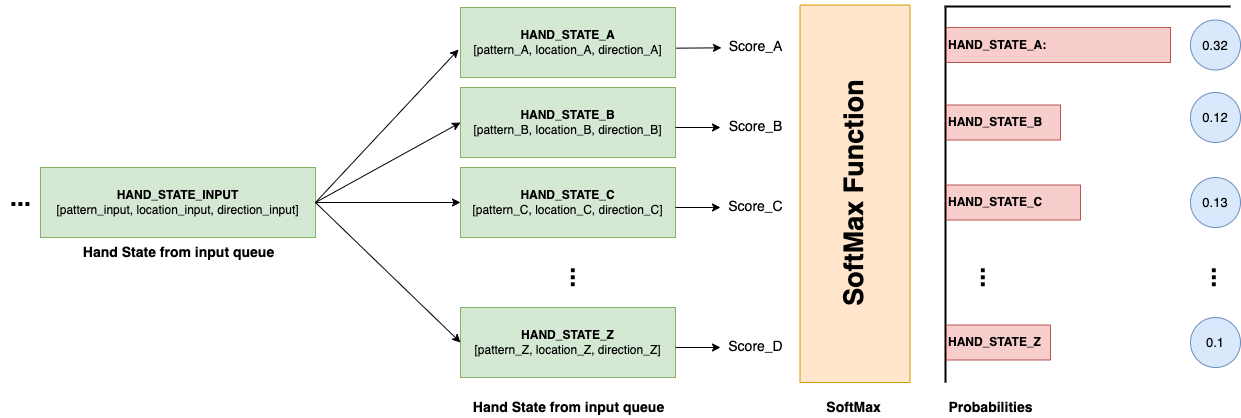
KhanhNhanBKU/Graduation-Thesis-Proposal keeps this draw.io diagram as img/Chap4/Vectorization.png. Above is the earlier version. Source tidied: cells renumbered, new cells last; positions are measured from the earlier drawing's top-left corner, leaving out a move shared by most shapes. Source of this version:
```xml
<mxGraphModel>
  <root>
    <mxCell id="0" />
    <mxCell id="1" parent="0" />
    <mxCell id="2" value="&lt;b&gt;HAND_STATE_INPUT&lt;br&gt;&lt;/b&gt;[pattern_input, location_input, direction_input]" style="rounded=0;whiteSpace=wrap;html=1;fillColor=#d5e8d4;strokeColor=#82b366;" parent="1" vertex="1">
      <mxGeometry x="40" y="166" width="275" height="70" as="geometry" />
    </mxCell>
    <mxCell id="3" value="&lt;b&gt;HAND_STATE_A&lt;br&gt;&lt;/b&gt;[pattern_A, location_A, direction_A]" style="rounded=0;whiteSpace=wrap;html=1;fillColor=#d5e8d4;strokeColor=#82b366;" parent="1" vertex="1">
      <mxGeometry x="460" y="6" width="215" height="70" as="geometry" />
    </mxCell>
    <mxCell id="4" value="&lt;b&gt;HAND_STATE_B&lt;br&gt;&lt;/b&gt;[pattern_B, location_B, direction_B]" style="rounded=0;whiteSpace=wrap;html=1;fillColor=#d5e8d4;strokeColor=#82b366;" parent="1" vertex="1">
      <mxGeometry x="460" y="86" width="215" height="70" as="geometry" />
    </mxCell>
    <mxCell id="5" value="&lt;b&gt;HAND_STATE_C&lt;br&gt;&lt;/b&gt;[pattern_C, location_C, direction_C]" style="rounded=0;whiteSpace=wrap;html=1;fillColor=#d5e8d4;strokeColor=#82b366;" parent="1" vertex="1">
      <mxGeometry x="460" y="166" width="215" height="70" as="geometry" />
    </mxCell>
    <mxCell id="6" value="&lt;b&gt;HAND_STATE_Z&lt;br&gt;&lt;/b&gt;[pattern_Z, location_Z, direction_Z]" style="rounded=0;whiteSpace=wrap;html=1;fillColor=#d5e8d4;strokeColor=#82b366;" parent="1" vertex="1">
      <mxGeometry x="460" y="306" width="215" height="70" as="geometry" />
    </mxCell>
    <mxCell id="7" style="endArrow=classic;html=1;rounded=0;exitX=1;exitY=0.5;exitDx=0;exitDy=0;entryX=-0.009;entryY=0.6;entryDx=0;entryDy=0;entryPerimeter=0;" parent="1" edge="1" source="2" target="3">
      <mxGeometry relative="1" as="geometry" />
    </mxCell>
    <mxCell id="8" style="endArrow=classic;html=1;rounded=0;exitX=1;exitY=0.5;exitDx=0;exitDy=0;entryX=0;entryY=0.5;entryDx=0;entryDy=0;" parent="1" edge="1" source="2" target="4">
      <mxGeometry relative="1" as="geometry" />
    </mxCell>
    <mxCell id="9" style="endArrow=classic;html=1;rounded=0;exitX=1;exitY=0.5;exitDx=0;exitDy=0;entryX=0;entryY=0.5;entryDx=0;entryDy=0;" parent="1" edge="1" source="2" target="5">
      <mxGeometry relative="1" as="geometry" />
    </mxCell>
    <mxCell id="10" style="endArrow=classic;html=1;rounded=0;exitX=1;exitY=0.5;exitDx=0;exitDy=0;entryX=0;entryY=0.5;entryDx=0;entryDy=0;" parent="1" edge="1" source="2" target="6">
      <mxGeometry relative="1" as="geometry" />
    </mxCell>
    <mxCell id="11" value="&lt;b&gt;&lt;font style=&quot;font-size: 14px&quot;&gt;Hand State from input queue&lt;/font&gt;&lt;/b&gt;" style="text;html=1;align=center;verticalAlign=middle;strokeColor=none;fillColor=none;" parent="1" vertex="1">
      <mxGeometry x="72.5" y="241" width="210" height="20" as="geometry" />
    </mxCell>
    <mxCell id="12" value="&lt;b&gt;&lt;font style=&quot;font-size: 14px&quot;&gt;Hand State from input queue&lt;/font&gt;&lt;/b&gt;" style="text;html=1;align=center;verticalAlign=middle;strokeColor=none;fillColor=none;" parent="1" vertex="1">
      <mxGeometry x="462.5" y="396" width="210" height="20" as="geometry" />
    </mxCell>
    <mxCell id="13" value="&lt;b&gt;&lt;font style=&quot;font-size: 25px&quot;&gt;...&lt;/font&gt;&lt;/b&gt;" style="text;html=1;align=center;verticalAlign=middle;strokeColor=none;fillColor=none;fontSize=14;rotation=90;" parent="1" vertex="1">
      <mxGeometry x="560" y="261" width="40" height="30" as="geometry" />
    </mxCell>
    <mxCell id="14" style="endArrow=classic;html=1;rounded=0;fontSize=25;exitX=1.003;exitY=0.581;exitDx=0;exitDy=0;exitPerimeter=0;entryX=0.014;entryY=0.633;entryDx=0;entryDy=0;entryPerimeter=0;" parent="1" edge="1" source="3" target="15">
      <mxGeometry relative="1" as="geometry" />
    </mxCell>
    <mxCell id="15" value="&lt;font style=&quot;font-size: 14px&quot;&gt;Score_A&lt;/font&gt;" style="text;html=1;align=center;verticalAlign=middle;points=[];strokeColor=none;fillColor=none;fontSize=25;" parent="1" vertex="1">
      <mxGeometry x="720" y="21" width="70" height="40" as="geometry" />
    </mxCell>
    <mxCell id="16" style="endArrow=classic;html=1;rounded=0;fontSize=25;" parent="1" edge="1">
      <mxGeometry relative="1" as="geometry">
        <mxPoint x="675" y="126" as="sourcePoint" />
        <mxPoint x="720" y="126" as="targetPoint" />
      </mxGeometry>
    </mxCell>
    <mxCell id="17" value="&lt;font style=&quot;font-size: 14px&quot;&gt;Score_B&lt;/font&gt;" style="text;html=1;align=center;verticalAlign=middle;strokeColor=none;fillColor=none;fontSize=25;" parent="1" vertex="1">
      <mxGeometry x="720" y="101" width="70" height="40" as="geometry" />
    </mxCell>
    <mxCell id="18" value="&lt;b&gt;&lt;font style=&quot;font-size: 25px&quot;&gt;...&lt;/font&gt;&lt;/b&gt;" style="text;html=1;align=center;verticalAlign=middle;strokeColor=none;fillColor=none;fontSize=14;" parent="1" vertex="1">
      <mxGeometry y="181" width="40" height="30" as="geometry" />
    </mxCell>
    <mxCell id="19" value="&lt;b&gt;&lt;font style=&quot;font-size: 27px&quot;&gt;SoftMax Function&lt;/font&gt;&lt;/b&gt;" style="rounded=0;whiteSpace=wrap;html=1;fontSize=14;fillColor=#ffe6cc;strokeColor=#d79b00;rotation=-90;" parent="1" vertex="1">
      <mxGeometry x="665.8" y="137.2" width="377.5" height="110" as="geometry" />
    </mxCell>
    <mxCell id="20" style="endArrow=classic;html=1;rounded=0;fontSize=25;" parent="1" edge="1">
      <mxGeometry relative="1" as="geometry">
        <mxPoint x="675" y="206" as="sourcePoint" />
        <mxPoint x="720" y="206" as="targetPoint" />
      </mxGeometry>
    </mxCell>
    <mxCell id="21" value="&lt;font style=&quot;font-size: 14px&quot;&gt;Score_C&lt;/font&gt;" style="text;html=1;align=center;verticalAlign=middle;strokeColor=none;fillColor=none;fontSize=25;" parent="1" vertex="1">
      <mxGeometry x="720" y="181" width="70" height="40" as="geometry" />
    </mxCell>
    <mxCell id="22" value="&lt;font style=&quot;font-size: 14px&quot;&gt;Score_D&lt;/font&gt;" style="text;html=1;align=center;verticalAlign=middle;strokeColor=none;fillColor=none;fontSize=25;" parent="1" vertex="1">
      <mxGeometry x="720" y="321" width="70" height="40" as="geometry" />
    </mxCell>
    <mxCell id="23" style="endArrow=classic;html=1;rounded=0;fontSize=25;" parent="1" edge="1">
      <mxGeometry relative="1" as="geometry">
        <mxPoint x="675" y="346" as="sourcePoint" />
        <mxPoint x="720" y="346" as="targetPoint" />
      </mxGeometry>
    </mxCell>
    <mxCell id="24" value="&lt;span style=&quot;font-size: 14px&quot;&gt;&lt;b&gt;SoftMax&amp;nbsp;&lt;/b&gt;&lt;/span&gt;" style="text;html=1;align=center;verticalAlign=middle;strokeColor=none;fillColor=none;" parent="1" vertex="1">
      <mxGeometry x="819.5" y="396" width="70" height="20" as="geometry" />
    </mxCell>
    <mxCell id="25" style="line;strokeWidth=2;direction=south;html=1;fontSize=29;" parent="1" vertex="1">
      <mxGeometry x="940" y="6" width="10" height="375" as="geometry" />
    </mxCell>
    <mxCell id="26" style="line;strokeWidth=2;html=1;fontSize=29;" parent="1" vertex="1">
      <mxGeometry x="944" width="286" height="10" as="geometry" />
    </mxCell>
    <mxCell id="27" value="&lt;div&gt;&lt;b&gt;HAND_STATE_A:&lt;/b&gt;&lt;/div&gt;" style="rounded=0;whiteSpace=wrap;html=1;align=left;fillColor=#f8cecc;strokeColor=#b85450;" parent="1" vertex="1">
      <mxGeometry x="946" y="26" width="224" height="35" as="geometry" />
    </mxCell>
    <mxCell id="28" value="&lt;b&gt;HAND_STATE_B&lt;br&gt;&lt;/b&gt;" style="rounded=0;whiteSpace=wrap;html=1;align=left;fillColor=#f8cecc;strokeColor=#b85450;" parent="1" vertex="1">
      <mxGeometry x="946" y="103.5" width="114" height="35" as="geometry" />
    </mxCell>
    <mxCell id="29" value="&lt;b&gt;HAND_STATE_C&lt;br&gt;&lt;/b&gt;" style="rounded=0;whiteSpace=wrap;html=1;align=left;fillColor=#f8cecc;strokeColor=#b85450;" parent="1" vertex="1">
      <mxGeometry x="946" y="183.5" width="134" height="35" as="geometry" />
    </mxCell>
    <mxCell id="30" value="&lt;b&gt;&lt;font style=&quot;font-size: 25px&quot;&gt;...&lt;/font&gt;&lt;/b&gt;" style="text;html=1;align=center;verticalAlign=middle;strokeColor=none;fillColor=none;fontSize=14;rotation=90;" parent="1" vertex="1">
      <mxGeometry x="970" y="261" width="40" height="30" as="geometry" />
    </mxCell>
    <mxCell id="31" value="&lt;b&gt;HAND_STATE_Z&lt;br&gt;&lt;/b&gt;" style="rounded=0;whiteSpace=wrap;html=1;align=left;fillColor=#f8cecc;strokeColor=#b85450;" parent="1" vertex="1">
      <mxGeometry x="946" y="323.5" width="104" height="35" as="geometry" />
    </mxCell>
    <mxCell id="32" value="&lt;span style=&quot;font-size: 14px&quot;&gt;&lt;b&gt;Probabilities&lt;/b&gt;&lt;/span&gt;" style="text;html=1;align=center;verticalAlign=middle;strokeColor=none;fillColor=none;" parent="1" vertex="1">
      <mxGeometry x="940" y="396" width="100" height="20" as="geometry" />
    </mxCell>
    <mxCell id="33" value="0.32" style="ellipse;whiteSpace=wrap;html=1;fontSize=13;fillColor=#dae8fc;strokeColor=#6c8ebf;" parent="1" vertex="1">
      <mxGeometry x="1190" y="18.5" width="50" height="50" as="geometry" />
    </mxCell>
    <mxCell id="34" value="0.12" style="ellipse;whiteSpace=wrap;html=1;fontSize=13;fillColor=#dae8fc;strokeColor=#6c8ebf;" parent="1" vertex="1">
      <mxGeometry x="1190" y="91" width="50" height="50" as="geometry" />
    </mxCell>
    <mxCell id="35" value="0.13" style="ellipse;whiteSpace=wrap;html=1;fontSize=13;fillColor=#dae8fc;strokeColor=#6c8ebf;" parent="1" vertex="1">
      <mxGeometry x="1190" y="176" width="50" height="50" as="geometry" />
    </mxCell>
    <mxCell id="36" value="0.1" style="ellipse;whiteSpace=wrap;html=1;fontSize=13;fillColor=#dae8fc;strokeColor=#6c8ebf;" parent="1" vertex="1">
      <mxGeometry x="1190" y="316" width="50" height="50" as="geometry" />
    </mxCell>
    <mxCell id="37" value="&lt;b&gt;&lt;font style=&quot;font-size: 25px&quot;&gt;...&lt;/font&gt;&lt;/b&gt;" style="text;html=1;align=center;verticalAlign=middle;strokeColor=none;fillColor=none;fontSize=14;rotation=90;" parent="1" vertex="1">
      <mxGeometry x="1201" y="261" width="40" height="30" as="geometry" />
    </mxCell>
  </root>
</mxGraphModel>
```
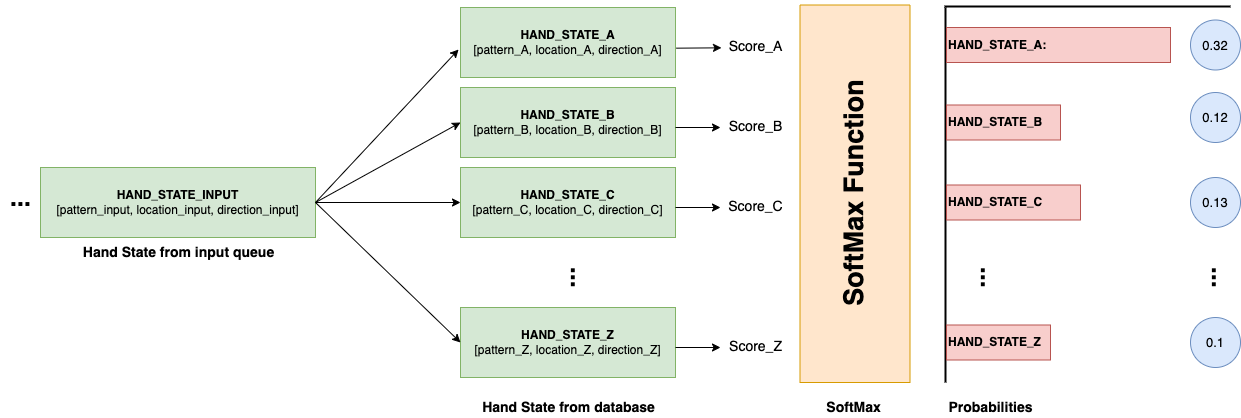
The same file after the commit.

Diff of the diagram source:
```diff
@@ -32,8 +32,8 @@
     <mxCell id="11" value="&lt;b&gt;&lt;font style=&quot;font-size: 14px&quot;&gt;Hand State from input queue&lt;/font&gt;&lt;/b&gt;" style="text;html=1;align=center;verticalAlign=middle;strokeColor=none;fillColor=none;" parent="1" vertex="1">
       <mxGeometry x="72.5" y="241" width="210" height="20" as="geometry" />
     </mxCell>
-    <mxCell id="12" value="&lt;b&gt;&lt;font style=&quot;font-size: 14px&quot;&gt;Hand State from input queue&lt;/font&gt;&lt;/b&gt;" style="text;html=1;align=center;verticalAlign=middle;strokeColor=none;fillColor=none;" parent="1" vertex="1">
-      <mxGeometry x="462.5" y="396" width="210" height="20" as="geometry" />
+    <mxCell id="12" value="&lt;b&gt;&lt;font style=&quot;font-size: 14px&quot;&gt;Hand State from database&lt;/font&gt;&lt;/b&gt;" style="text;html=1;align=center;verticalAlign=middle;strokeColor=none;fillColor=none;" parent="1" vertex="1">
+      <mxGeometry x="472.5" y="396" width="190" height="20" as="geometry" />
     </mxCell>
     <mxCell id="13" value="&lt;b&gt;&lt;font style=&quot;font-size: 25px&quot;&gt;...&lt;/font&gt;&lt;/b&gt;" style="text;html=1;align=center;verticalAlign=middle;strokeColor=none;fillColor=none;fontSize=14;rotation=90;" parent="1" vertex="1">
       <mxGeometry x="560" y="261" width="40" height="30" as="geometry" />
@@ -68,7 +68,7 @@
     <mxCell id="21" value="&lt;font style=&quot;font-size: 14px&quot;&gt;Score_C&lt;/font&gt;" style="text;html=1;align=center;verticalAlign=middle;strokeColor=none;fillColor=none;fontSize=25;" parent="1" vertex="1">
       <mxGeometry x="720" y="181" width="70" height="40" as="geometry" />
     </mxCell>
-    <mxCell id="22" value="&lt;font style=&quot;font-size: 14px&quot;&gt;Score_D&lt;/font&gt;" style="text;html=1;align=center;verticalAlign=middle;strokeColor=none;fillColor=none;fontSize=25;" parent="1" vertex="1">
+    <mxCell id="22" value="&lt;font style=&quot;font-size: 14px&quot;&gt;Score_Z&lt;/font&gt;" style="text;html=1;align=center;verticalAlign=middle;strokeColor=none;fillColor=none;fontSize=25;" parent="1" vertex="1">
       <mxGeometry x="720" y="321" width="70" height="40" as="geometry" />
     </mxCell>
     <mxCell id="23" style="endArrow=classic;html=1;rounded=0;fontSize=25;" parent="1" edge="1">
```
